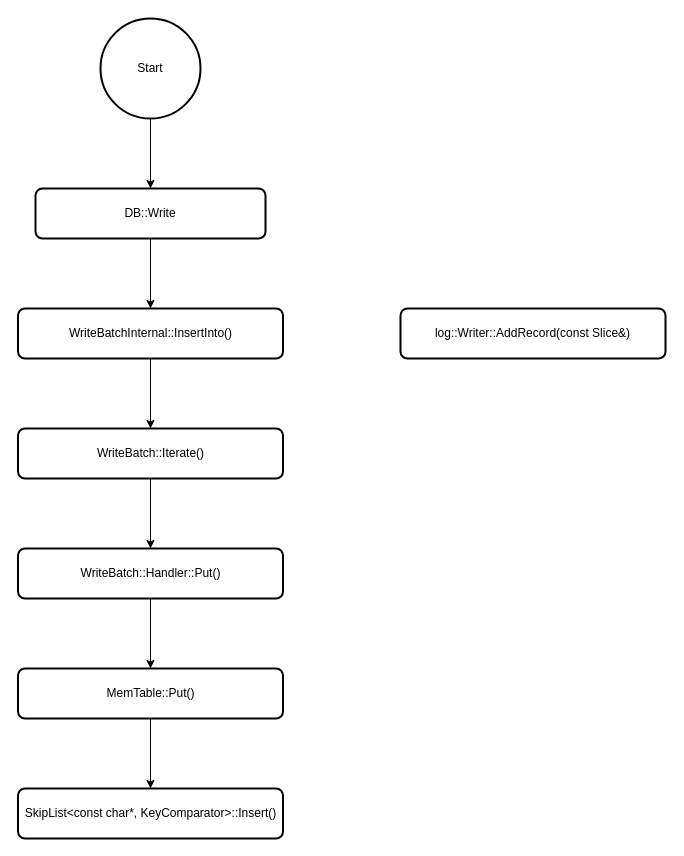
Above: leveldb/leveldb_write.drawio in zll600/pictures (draw.io), before the change. Source tidied: cells renumbered, new cells numbered last; positions are measured from the earlier drawing's top-left corner, leaving out a move shared by most shapes. Both pictures are drawn from the tidied source at 100%, with x=0, y=0 at pixel (18, 18).
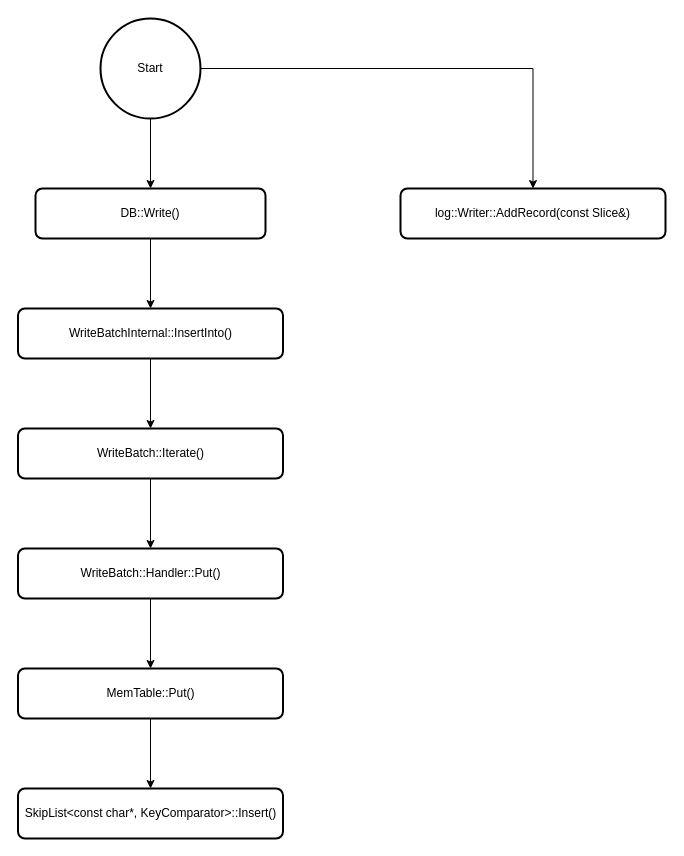
After the change.

Diff of the diagram source:
```diff
@@
 <mxGraphModel>
   <root>
     <mxCell id="0" />
     <mxCell id="1" parent="0" />
     <mxCell id="2" style="edgeStyle=orthogonalEdgeStyle;rounded=0;jettySize=auto;html=1;entryX=0.5;entryY=0;entryDx=0;entryDy=0;" parent="1" edge="1" source="3" target="5">
       <mxGeometry relative="1" as="geometry" />
     </mxCell>
+    <mxCell id="16" style="edgeStyle=orthogonalEdgeStyle;rounded=0;jettySize=auto;html=1;" parent="1" edge="1" source="3" target="15">
+      <mxGeometry relative="1" as="geometry" />
+    </mxCell>
     <mxCell id="3" value="Start" style="strokeWidth=2;html=1;shape=mxgraph.flowchart.start_2;whiteSpace=wrap;" parent="1" vertex="1">
       <mxGeometry x="82" width="100" height="100" as="geometry" />
     </mxCell>
     <mxCell id="4" style="edgeStyle=orthogonalEdgeStyle;rounded=0;jettySize=auto;html=1;entryX=0.5;entryY=0;entryDx=0;entryDy=0;" parent="1" edge="1" source="5" target="7">
       <mxGeometry relative="1" as="geometry" />
     </mxCell>
-    <mxCell id="5" value="DB::Write" style="rounded=1;whiteSpace=wrap;html=1;absoluteArcSize=1;arcSize=14;strokeWidth=2;" parent="1" vertex="1">
+    <mxCell id="5" value="DB::Write()" style="rounded=1;whiteSpace=wrap;html=1;absoluteArcSize=1;arcSize=14;strokeWidth=2;" parent="1" vertex="1">
       <mxGeometry x="17" y="170" width="230" height="50" as="geometry" />
     </mxCell>
     <mxCell id="6" style="edgeStyle=orthogonalEdgeStyle;rounded=0;jettySize=auto;html=1;" parent="1" edge="1" source="7" target="9">
       <mxGeometry relative="1" as="geometry" />
     </mxCell>
     <mxCell id="7" value="WriteBatchInternal::InsertInto()" style="rounded=1;whiteSpace=wrap;html=1;absoluteArcSize=1;arcSize=14;strokeWidth=2;" parent="1" vertex="1">
       <mxGeometry x="-0.5" y="290" width="265" height="50" as="geometry" />
     </mxCell>
     <mxCell id="8" style="edgeStyle=orthogonalEdgeStyle;rounded=0;jettySize=auto;html=1;entryX=0.5;entryY=0;entryDx=0;entryDy=0;" parent="1" edge="1" source="9" target="11">
       <mxGeometry relative="1" as="geometry" />
     </mxCell>
     <mxCell id="9" value="WriteBatch::Iterate()" style="rounded=1;whiteSpace=wrap;html=1;absoluteArcSize=1;arcSize=14;strokeWidth=2;" parent="1" vertex="1">
       <mxGeometry x="-0.5" y="410" width="265" height="50" as="geometry" />
     </mxCell>
     <mxCell id="10" style="edgeStyle=orthogonalEdgeStyle;rounded=0;jettySize=auto;html=1;exitX=0.5;exitY=1;exitDx=0;exitDy=0;entryX=0.5;entryY=0;entryDx=0;entryDy=0;" parent="1" edge="1" source="11" target="13">
       <mxGeometry relative="1" as="geometry" />
     </mxCell>
     <mxCell id="11" value="WriteBatch::Handler::Put()" style="rounded=1;whiteSpace=wrap;html=1;absoluteArcSize=1;arcSize=14;strokeWidth=2;" parent="1" vertex="1">
       <mxGeometry x="-0.5" y="530" width="265" height="50" as="geometry" />
     </mxCell>
     <mxCell id="12" style="edgeStyle=orthogonalEdgeStyle;rounded=0;jettySize=auto;html=1;entryX=0.5;entryY=0;entryDx=0;entryDy=0;" parent="1" edge="1" source="13" target="14">
       <mxGeometry relative="1" as="geometry" />
     </mxCell>
     <mxCell id="13" value="MemTable::Put()" style="rounded=1;whiteSpace=wrap;html=1;absoluteArcSize=1;arcSize=14;strokeWidth=2;" parent="1" vertex="1">
       <mxGeometry x="-0.5" y="650" width="265" height="50" as="geometry" />
     </mxCell>
     <mxCell id="14" value="SkipList&amp;lt;const char*, KeyComparator&amp;gt;::Insert()" style="rounded=1;whiteSpace=wrap;html=1;absoluteArcSize=1;arcSize=14;strokeWidth=2;" parent="1" vertex="1">
       <mxGeometry x="-0.5" y="770" width="265" height="50" as="geometry" />
     </mxCell>
     <mxCell id="15" value="log::Writer::AddRecord(const Slice&amp;amp;)" style="rounded=1;whiteSpace=wrap;html=1;absoluteArcSize=1;arcSize=14;strokeWidth=2;" parent="1" vertex="1">
-      <mxGeometry x="382" y="290" width="265" height="50" as="geometry" />
+      <mxGeometry x="382" y="170" width="265" height="50" as="geometry" />
     </mxCell>
   </root>
 </mxGraphModel>
```
